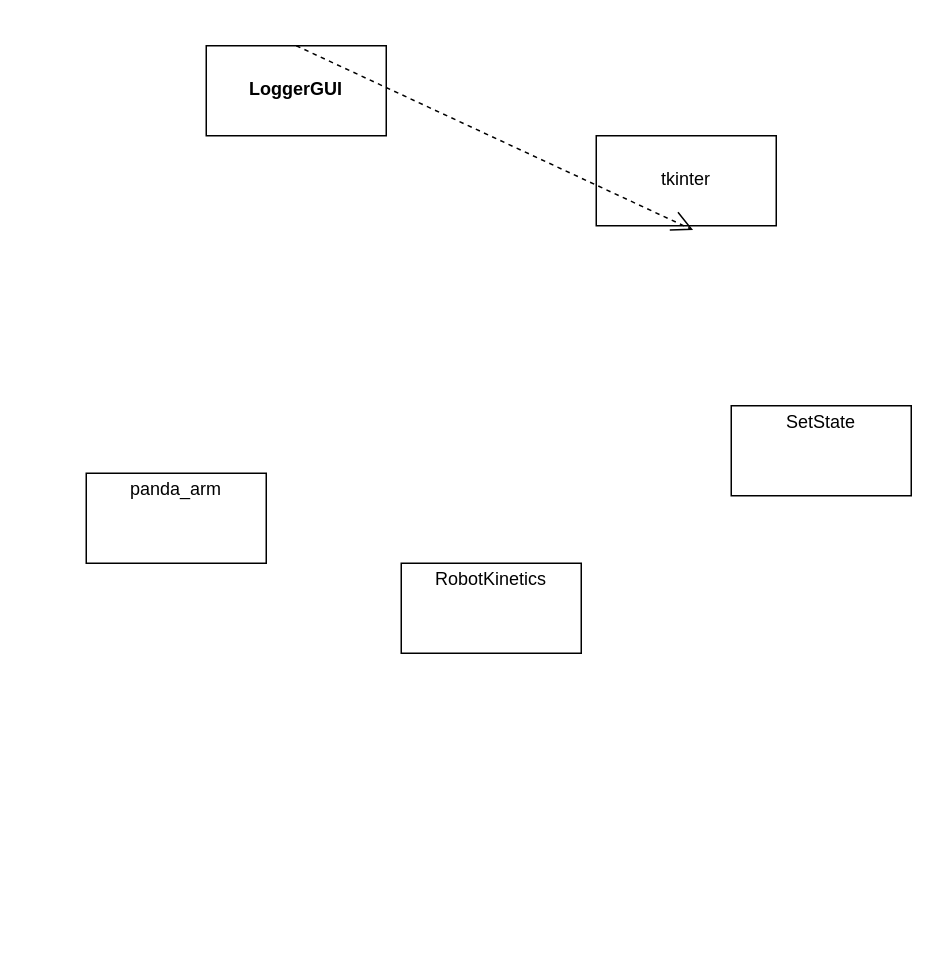
Above: exp-py/panda-arm/rough_design.drawio in ksdngz/robo-sim (draw.io), before the change. Source tidied: cells renumbered, new cells numbered last; positions are measured from the earlier drawing's top-left corner, leaving out a move shared by most shapes. Both pictures are drawn from the tidied source at 150%, with x=0, y=0 at pixel (86, 45).
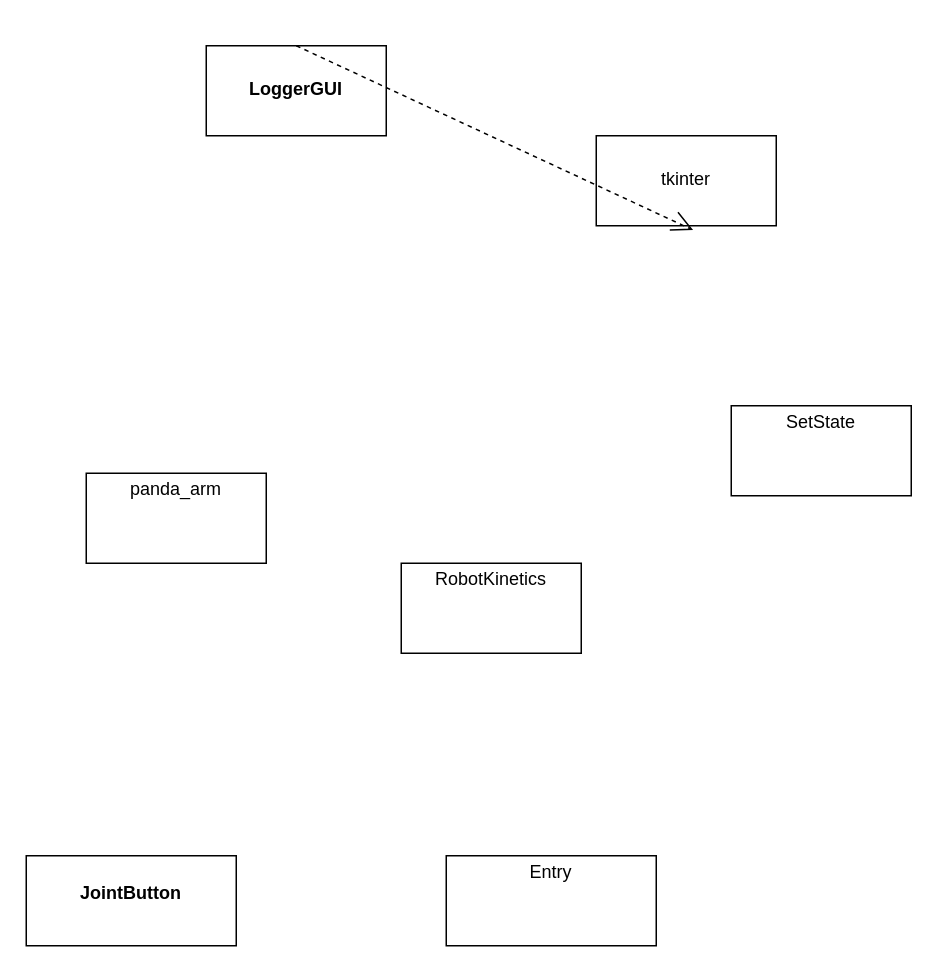
The same diagram, later.

Commit message (it also covers changes not shown here):
Updated the view of LoggerGUI

Change to the diagram source:
```diff
@@
 <mxGraphModel>
   <root>
     <mxCell id="0" />
     <mxCell id="1" parent="0" />
     <mxCell id="2" value="&lt;p style=&quot;margin:0px;margin-top:4px;text-align:center;&quot;&gt;&lt;b&gt;&lt;br&gt;&lt;/b&gt;&lt;/p&gt;&lt;p style=&quot;margin:0px;margin-top:4px;text-align:center;&quot;&gt;&lt;b&gt;LoggerGUI&lt;br&gt;&lt;/b&gt;&lt;/p&gt;" style="verticalAlign=top;align=left;overflow=fill;html=1;whiteSpace=wrap;" parent="1" vertex="1">
       <mxGeometry x="80" width="120" height="60" as="geometry" />
     </mxCell>
     <mxCell id="3" value="&lt;p style=&quot;margin:0px;margin-top:4px;text-align:center;&quot;&gt;&lt;br&gt;&lt;/p&gt;&lt;p style=&quot;margin:0px;margin-top:4px;text-align:center;&quot;&gt;tkinter&lt;/p&gt;&lt;p style=&quot;margin:0px;margin-top:4px;text-align:center;&quot;&gt;&lt;br&gt;&lt;/p&gt;" style="verticalAlign=top;align=left;overflow=fill;html=1;whiteSpace=wrap;" parent="1" vertex="1">
       <mxGeometry x="340" y="60" width="120" height="60" as="geometry" />
     </mxCell>
     <mxCell id="4" value="&lt;div&gt;&lt;br&gt;&lt;/div&gt;&lt;div&gt;&lt;br&gt;&lt;/div&gt;" style="endArrow=open;endSize=12;dashed=1;html=1;rounded=0;entryX=0.538;entryY=1.048;entryDx=0;entryDy=0;entryPerimeter=0;exitX=0.5;exitY=0;exitDx=0;exitDy=0;" parent="1" edge="1" source="2" target="3">
       <mxGeometry relative="1" as="geometry" />
     </mxCell>
     <mxCell id="5" value="&lt;p style=&quot;margin:0px;margin-top:4px;text-align:center;&quot;&gt;SetState&lt;/p&gt;" style="verticalAlign=top;align=left;overflow=fill;html=1;whiteSpace=wrap;" parent="1" vertex="1">
       <mxGeometry x="430" y="240" width="120" height="60" as="geometry" />
     </mxCell>
     <mxCell id="6" value="&lt;p style=&quot;margin:0px;margin-top:4px;text-align:center;&quot;&gt;panda_arm&lt;/p&gt;" style="verticalAlign=top;align=left;overflow=fill;html=1;whiteSpace=wrap;" parent="1" vertex="1">
       <mxGeometry y="285" width="120" height="60" as="geometry" />
     </mxCell>
     <mxCell id="7" value="&lt;p style=&quot;margin:0px;margin-top:4px;text-align:center;&quot;&gt;RobotKinetics&lt;/p&gt;" style="verticalAlign=top;align=left;overflow=fill;html=1;whiteSpace=wrap;" parent="1" vertex="1">
       <mxGeometry x="210" y="345" width="120" height="60" as="geometry" />
     </mxCell>
+    <mxCell id="8" value="&lt;p style=&quot;margin:0px;margin-top:4px;text-align:center;&quot;&gt;&lt;br&gt;&lt;b&gt;JointButton&lt;/b&gt;&lt;/p&gt;" style="verticalAlign=top;align=left;overflow=fill;html=1;whiteSpace=wrap;" parent="1" vertex="1">
+      <mxGeometry x="-40" y="540" width="140" height="60" as="geometry" />
+    </mxCell>
+    <mxCell id="9" value="&lt;p style=&quot;margin:0px;margin-top:4px;text-align:center;&quot;&gt;Entry&lt;/p&gt;" style="verticalAlign=top;align=left;overflow=fill;html=1;whiteSpace=wrap;" parent="1" vertex="1">
+      <mxGeometry x="240" y="540" width="140" height="60" as="geometry" />
+    </mxCell>
   </root>
 </mxGraphModel>
```
